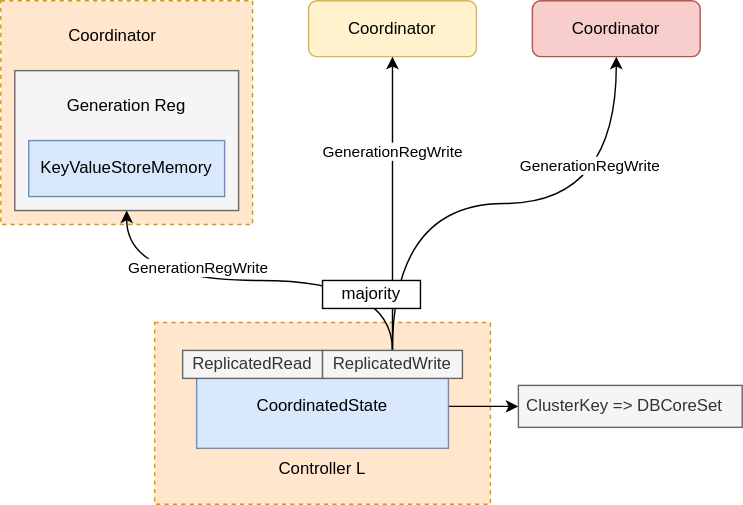
Before: documentation/graphics/fault-2-generation-reg.drawio.svg, a diagram exported from draw.io (w41ter/foundationdb). Source tidied: cells renumbered, new cells last; positions are measured from the earlier drawing's top-left corner, leaving out a move shared by most shapes.
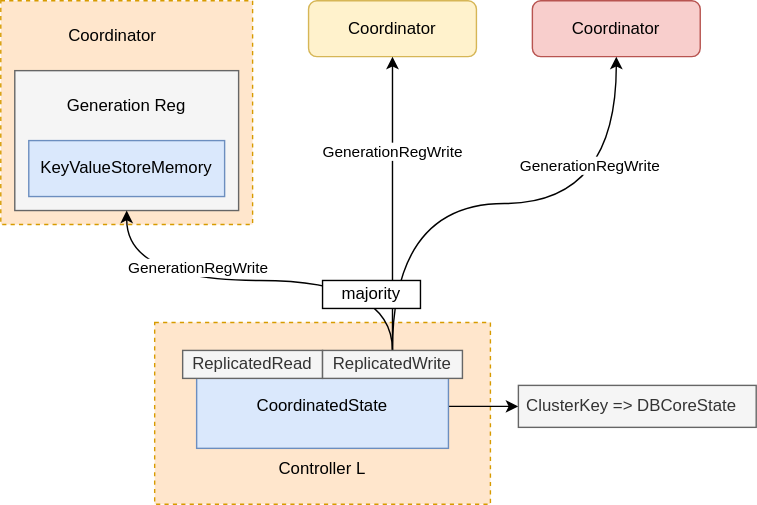
After the commit.

The edit, as a diff of the source:
```diff
@@ -59,8 +59,8 @@
     <mxCell id="20" value="GenerationRegWrite" style="edgeLabel;html=1;align=center;verticalAlign=middle;" parent="1" vertex="1">
       <mxGeometry x="140" y="190" as="geometry" />
     </mxCell>
-    <mxCell id="21" value="&lt;div style=&quot;text-align: center;&quot;&gt;&lt;span style=&quot;background-color: initial;&quot;&gt;ClusterKey =&amp;gt; DBCoreSet&lt;/span&gt;&lt;/div&gt;" style="text;strokeColor=#666666;fillColor=#f5f5f5;align=left;verticalAlign=middle;spacingLeft=4;spacingRight=4;overflow=hidden;points=[[0,0.5],[1,0.5]];portConstraint=eastwest;whiteSpace=wrap;html=1;fontColor=#333333;" parent="1" vertex="1">
-      <mxGeometry x="370" y="275" width="160" height="30" as="geometry" />
+    <mxCell id="21" value="&lt;div style=&quot;text-align: center;&quot;&gt;&lt;span style=&quot;background-color: initial;&quot;&gt;ClusterKey =&amp;gt; DBCoreState&lt;/span&gt;&lt;/div&gt;" style="text;strokeColor=#666666;fillColor=#f5f5f5;align=left;verticalAlign=middle;spacingLeft=4;spacingRight=4;overflow=hidden;points=[[0,0.5],[1,0.5]];portConstraint=eastwest;whiteSpace=wrap;html=1;fontColor=#333333;" parent="1" vertex="1">
+      <mxGeometry x="370" y="275" width="170" height="30" as="geometry" />
     </mxCell>
     <mxCell id="22" value="majority" style="rounded=0;whiteSpace=wrap;html=1;" parent="1" vertex="1">
       <mxGeometry x="230" y="200" width="70" height="20" as="geometry" />
```
